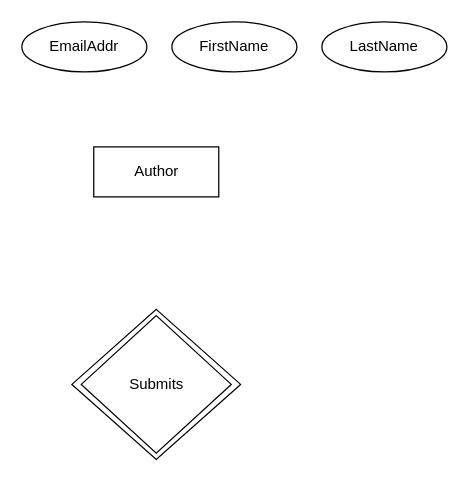
Earlier version of the draw.io diagram basis-data/Tugas BD 1.drawio (Rizqirazkafi/kuliah-y2). Source tidied: cells renumbered, new cells numbered last; positions are measured from the earlier drawing's top-left corner, leaving out a move shared by most shapes. Both pictures are drawn from the tidied source at 125%, with x=0, y=0 at pixel (21, 21).
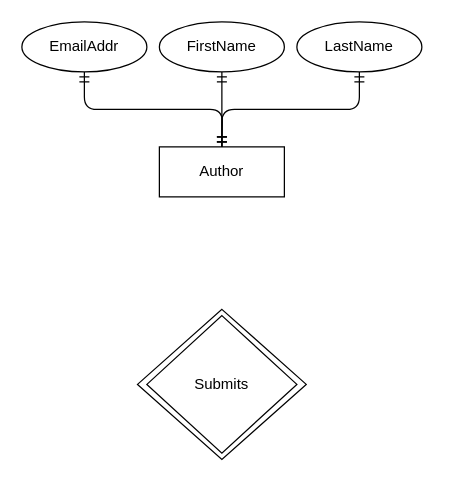
Above is the later version.

The edit, as a diff of the source:
```diff
@@
 <mxGraphModel>
   <root>
     <mxCell id="0" />
     <mxCell id="1" parent="0" />
     <mxCell id="2" style="group;" parent="1" vertex="1">
-      <mxGeometry x="40" y="230" width="135" height="120" as="geometry" />
+      <mxGeometry x="92.5" y="230" width="135" height="120" as="geometry" />
     </mxCell>
     <mxCell id="3" value="Relationship" style="shape=rhombus;perimeter=rhombusPerimeter;whiteSpace=wrap;html=1;align=center;" parent="2" vertex="1">
       <mxGeometry width="135" height="120" as="geometry" />
     </mxCell>
     <mxCell id="4" value="Submits" style="shape=rhombus;perimeter=rhombusPerimeter;whiteSpace=wrap;html=1;align=center;" parent="2" vertex="1">
       <mxGeometry x="7.5" y="5" width="120" height="110" as="geometry" />
     </mxCell>
     <mxCell id="5" value="Author" style="whiteSpace=wrap;html=1;align=center;" parent="1" vertex="1">
-      <mxGeometry x="57.5" y="100" width="100" height="40" as="geometry" />
+      <mxGeometry x="110" y="100" width="100" height="40" as="geometry" />
     </mxCell>
     <mxCell id="6" value="EmailAddr" style="ellipse;whiteSpace=wrap;html=1;align=center;" parent="1" vertex="1">
       <mxGeometry width="100" height="40" as="geometry" />
     </mxCell>
     <mxCell id="7" value="FirstName" style="ellipse;whiteSpace=wrap;html=1;align=center;" parent="1" vertex="1">
-      <mxGeometry x="120" width="100" height="40" as="geometry" />
+      <mxGeometry x="110" width="100" height="40" as="geometry" />
     </mxCell>
     <mxCell id="8" value="LastName" style="ellipse;whiteSpace=wrap;html=1;align=center;" parent="1" vertex="1">
-      <mxGeometry x="240" width="100" height="40" as="geometry" />
+      <mxGeometry x="220" width="100" height="40" as="geometry" />
     </mxCell>
+    <mxCell id="9" style="edgeStyle=orthogonalEdgeStyle;fontSize=12;html=1;endArrow=ERmandOne;startArrow=ERmandOne;exitX=0.5;exitY=1;exitDx=0;exitDy=0;" parent="1" edge="1" source="6">
+      <mxGeometry relative="1" as="geometry">
+        <mxPoint x="160" y="100" as="targetPoint" />
+      </mxGeometry>
+    </mxCell>
+    <mxCell id="10" style="fontSize=12;html=1;endArrow=ERmandOne;startArrow=ERmandOne;entryX=0.5;entryY=1;entryDx=0;entryDy=0;exitX=0.5;exitY=0;exitDx=0;exitDy=0;" parent="1" edge="1" source="5" target="7">
+      <mxGeometry relative="1" as="geometry" />
+    </mxCell>
+    <mxCell id="11" style="edgeStyle=orthogonalEdgeStyle;fontSize=12;html=1;endArrow=ERmandOne;startArrow=ERmandOne;exitX=0.5;exitY=0;exitDx=0;exitDy=0;entryX=0.5;entryY=1;entryDx=0;entryDy=0;" parent="1" edge="1" source="5" target="8">
+      <mxGeometry relative="1" as="geometry" />
+    </mxCell>
   </root>
 </mxGraphModel>
```
